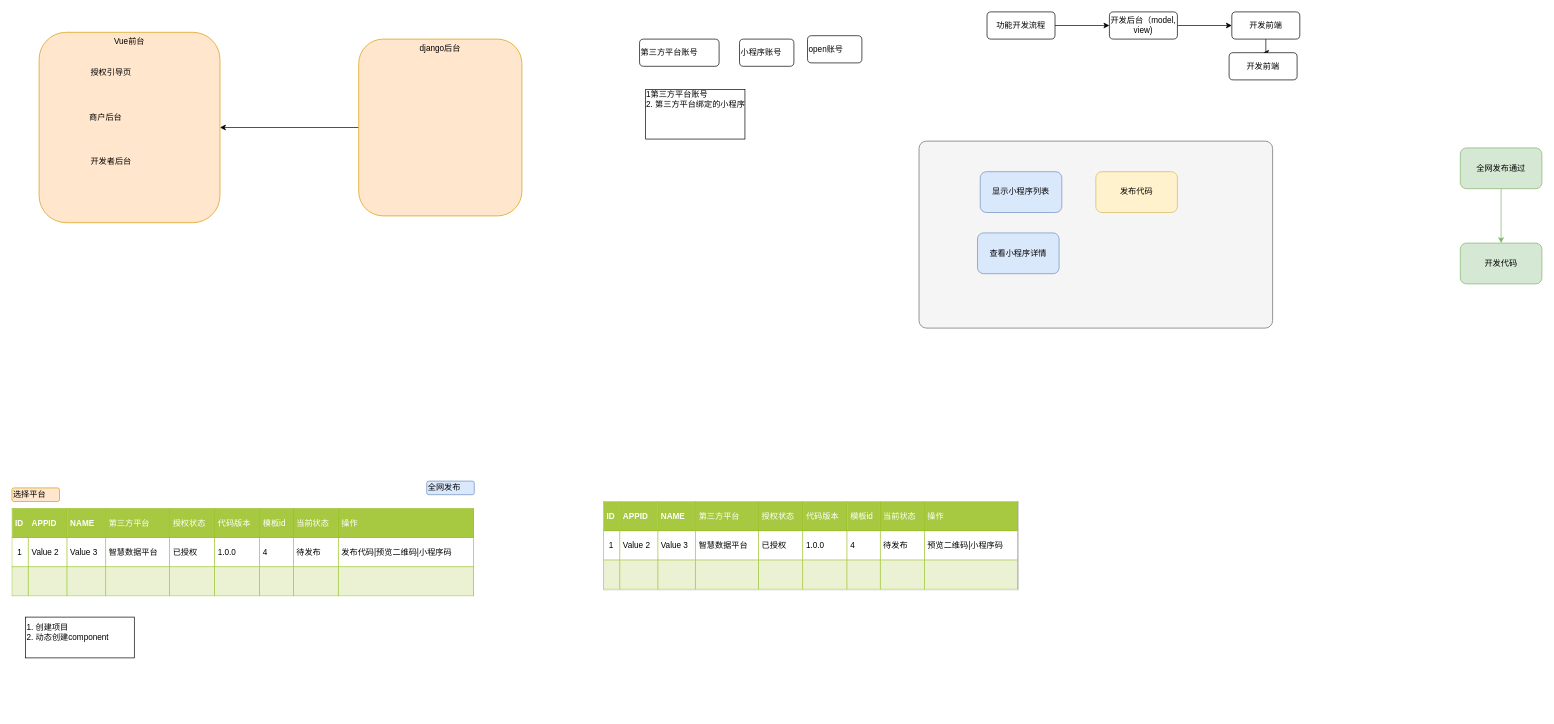
atanx/atanx.github.io keeps this draw.io diagram as page "wxa_platform" (1 of 5) of assets/drawio/wxa_platform.drawio. Above is the earlier version. Source tidied: cells renumbered, new cells numbered last; positions are measured from the earlier drawing's top-left corner, leaving out a move shared by most shapes. Both pictures are drawn from the tidied source at 68%, with x=0, y=0 at pixel (12, 12).
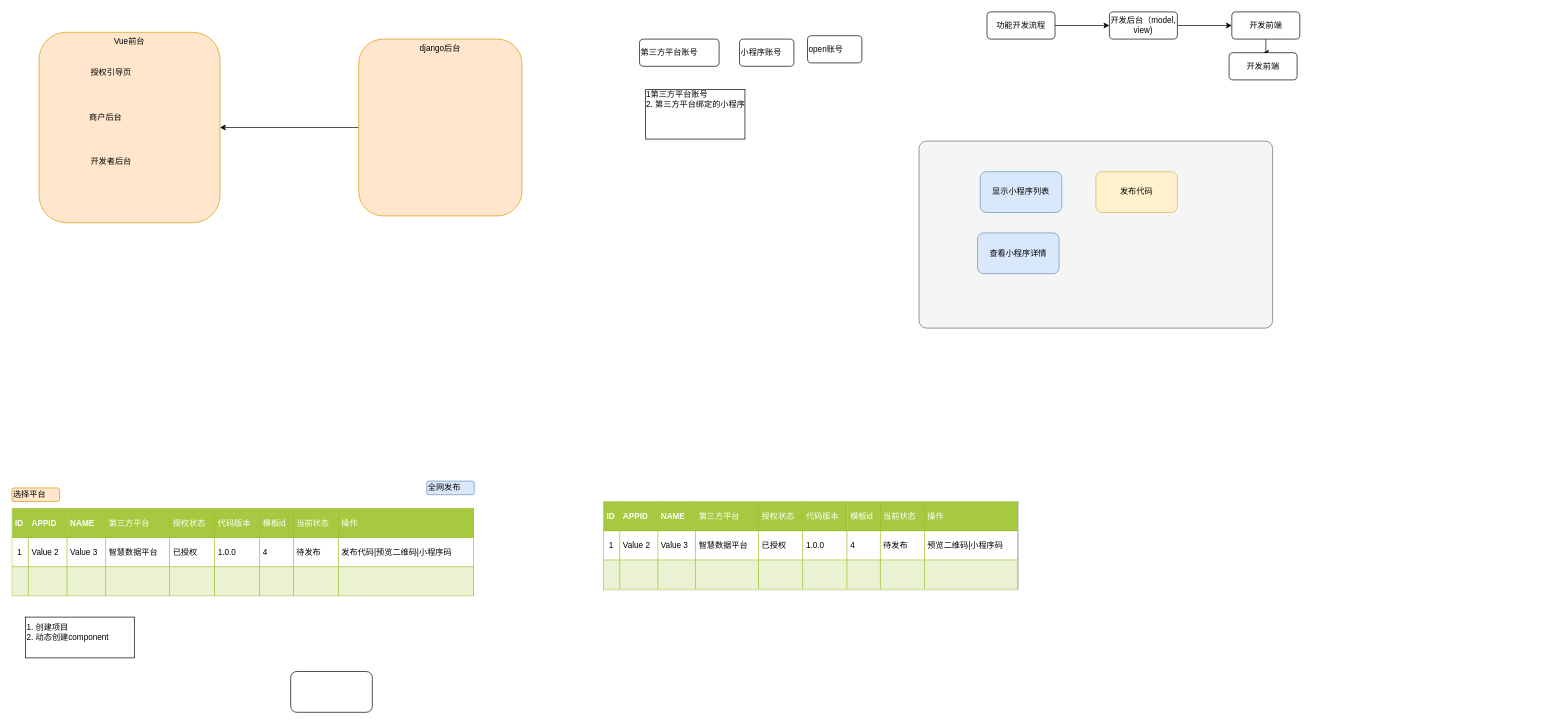
Above is the later version.

Change to the diagram source:
```diff
@@
-    <mxCell id="28" style="edgeStyle=orthogonalEdgeStyle;rounded=0;jettySize=auto;html=1;fillColor=#d5e8d4;strokeColor=#82b366;" parent="1" edge="1" source="29" target="30">
-      <mxGeometry relative="1" as="geometry" />
-    </mxCell>
-    <mxCell id="29" value="全网发布通过" style="rounded=1;whiteSpace=wrap;html=1;fillColor=#d5e8d4;strokeColor=#82b366;" parent="1" vertex="1">
-      <mxGeometry x="2130" y="200" width="120" height="60" as="geometry" />
-    </mxCell>
-    <mxCell id="30" value="开发代码" style="rounded=1;whiteSpace=wrap;html=1;fillColor=#d5e8d4;strokeColor=#82b366;" parent="1" vertex="1">
-      <mxGeometry x="2130" y="340" width="120" height="60" as="geometry" />
-    </mxCell>
+    <mxCell id="31" style="rounded=1;whiteSpace=wrap;html=1;" parent="1" vertex="1">
+      <mxGeometry x="410" y="970" width="120" height="60" as="geometry" />
+    </mxCell>
```
